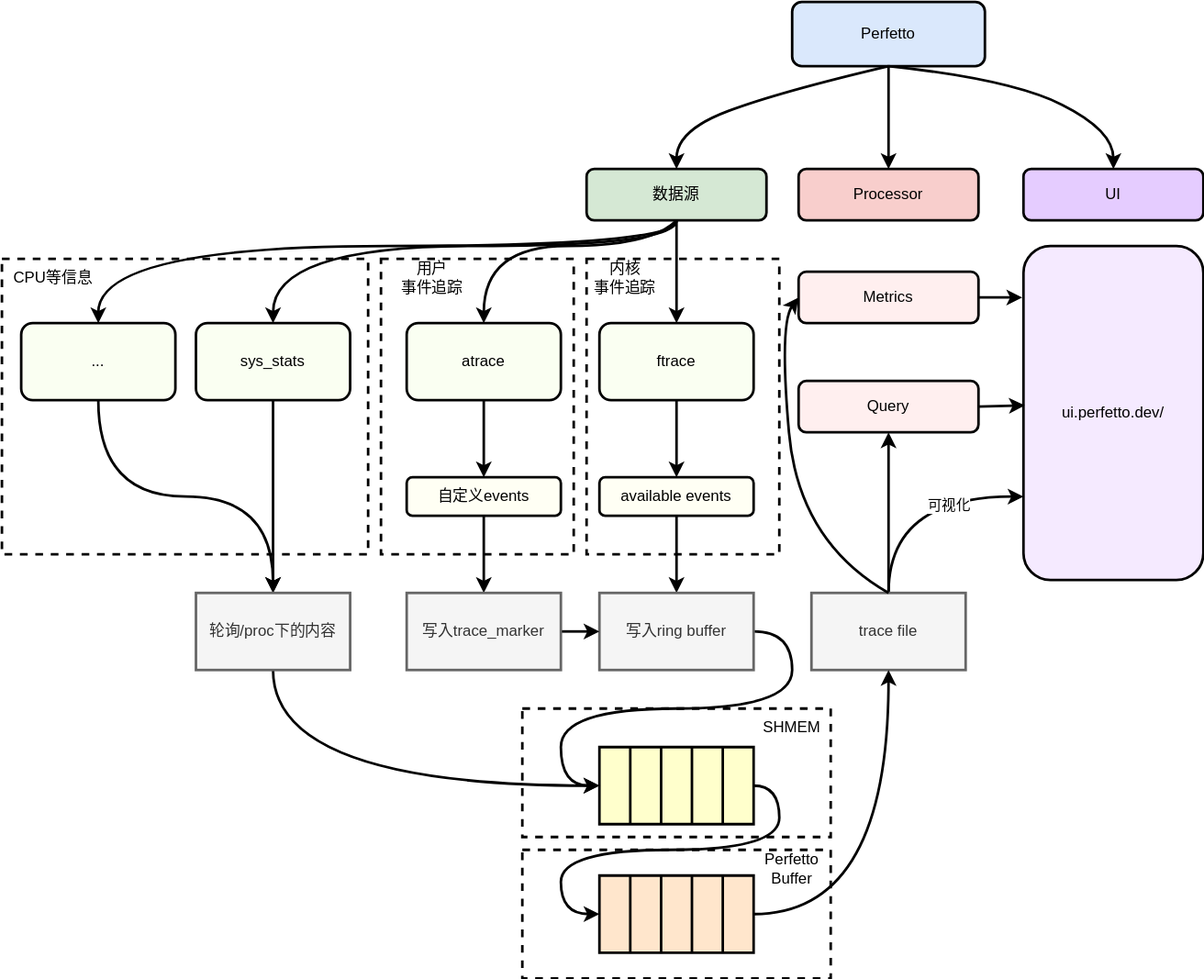
This is images/2025-7-30-tracing/Perfetto.svg from braisedp/braisedp.github.io, a draw.io export, as it was before one commit. Source tidied: cells renumbered, new cells last; positions are measured from the earlier drawing's top-left corner, leaving out a move shared by most shapes.
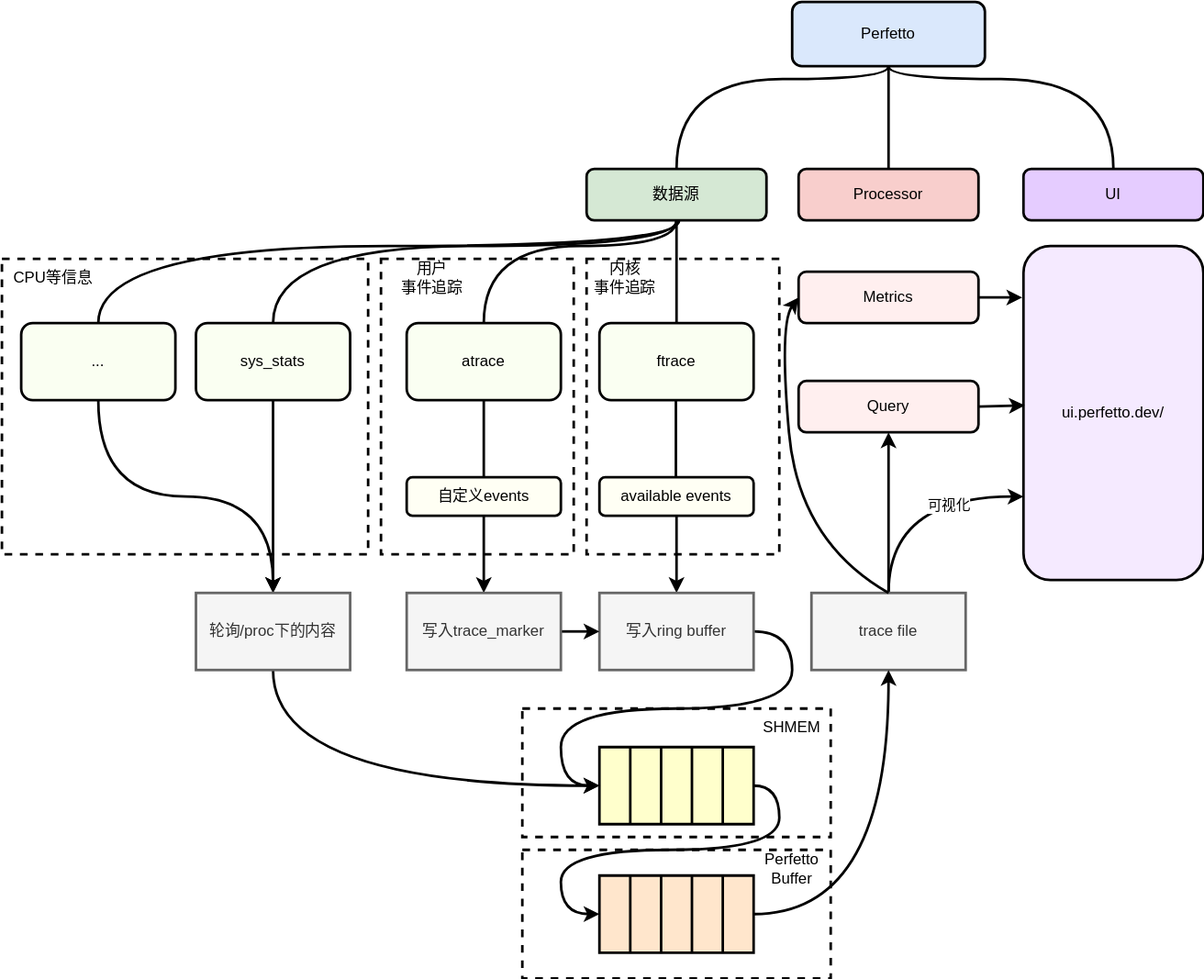
After the change.

What changed in the source:
```diff
@@ -17,62 +17,18 @@
     <mxCell id="6" style="rounded=0;whiteSpace=wrap;html=1;strokeWidth=2;dashed=1;" parent="1" vertex="1">
       <mxGeometry x="295" y="200" width="150" height="230" as="geometry" />
     </mxCell>
-    <mxCell id="7" style="edgeStyle=orthogonalEdgeStyle;html=1;exitX=0.5;exitY=1;exitDx=0;exitDy=0;entryX=0.5;entryY=0;entryDx=0;entryDy=0;curved=1;strokeWidth=2;" parent="1" edge="1" source="10" target="14">
-      <mxGeometry relative="1" as="geometry" />
-    </mxCell>
-    <mxCell id="8" style="edgeStyle=orthogonalEdgeStyle;html=1;exitX=0.5;exitY=1;exitDx=0;exitDy=0;entryX=0.5;entryY=0;entryDx=0;entryDy=0;curved=1;strokeWidth=2;" parent="1" edge="1" source="10" target="32">
-      <mxGeometry relative="1" as="geometry">
-        <Array as="points">
-          <mxPoint x="525" y="190" />
-          <mxPoint x="211" y="190" />
-        </Array>
-      </mxGeometry>
-    </mxCell>
-    <mxCell id="9" style="edgeStyle=orthogonalEdgeStyle;html=1;exitX=0.5;exitY=1;exitDx=0;exitDy=0;entryX=0.5;entryY=0;entryDx=0;entryDy=0;curved=1;strokeWidth=2;" parent="1" edge="1" source="10" target="30">
-      <mxGeometry relative="1" as="geometry">
-        <Array as="points">
-          <mxPoint x="525" y="190" />
-          <mxPoint x="75" y="190" />
-        </Array>
-      </mxGeometry>
-    </mxCell>
     <mxCell id="10" value="数据源" style="rounded=1;whiteSpace=wrap;html=1;strokeWidth=2;fillColor=#d5e8d4;strokeColor=light-dark(#000000, #446e2c);" parent="1" vertex="1">
       <mxGeometry x="455" y="130" width="140" height="40" as="geometry" />
     </mxCell>
-    <mxCell id="11" style="edgeStyle=none;html=1;exitX=0.5;exitY=1;exitDx=0;exitDy=0;entryX=0.5;entryY=0;entryDx=0;entryDy=0;strokeWidth=2;" parent="1" edge="1" source="12" target="22">
-      <mxGeometry relative="1" as="geometry" />
-    </mxCell>
     <mxCell id="12" value="atrace" style="rounded=1;whiteSpace=wrap;html=1;strokeWidth=2;fillColor=#FAFFF2;" parent="1" vertex="1">
       <mxGeometry x="315" y="250" width="120" height="60" as="geometry" />
     </mxCell>
-    <mxCell id="13" style="edgeStyle=none;html=1;exitX=0.5;exitY=1;exitDx=0;exitDy=0;entryX=0.5;entryY=0;entryDx=0;entryDy=0;strokeWidth=2;" parent="1" edge="1" source="14" target="20">
-      <mxGeometry relative="1" as="geometry" />
-    </mxCell>
     <mxCell id="14" value="ftrace" style="rounded=1;whiteSpace=wrap;html=1;strokeWidth=2;fillColor=#FAFFF2;" parent="1" vertex="1">
       <mxGeometry x="465" y="250" width="120" height="60" as="geometry" />
     </mxCell>
-    <mxCell id="15" style="curved=1;endArrow=classic;html=1;exitX=0.5;exitY=1;exitDx=0;exitDy=0;entryX=0.5;entryY=0;entryDx=0;entryDy=0;strokeWidth=2;" parent="1" edge="1" source="10" target="12">
-      <mxGeometry relative="1" as="geometry">
-        <Array as="points">
-          <mxPoint x="505" y="190" />
-          <mxPoint x="375" y="190" />
-        </Array>
-      </mxGeometry>
-    </mxCell>
-    <mxCell id="16" style="edgeStyle=none;html=1;exitX=0.5;exitY=1;exitDx=0;exitDy=0;entryX=0.5;entryY=0;entryDx=0;entryDy=0;strokeWidth=2;" parent="1" edge="1" source="17" target="36">
-      <mxGeometry relative="1" as="geometry" />
-    </mxCell>
     <mxCell id="17" value="Perfetto" style="rounded=1;whiteSpace=wrap;html=1;fillColor=#dae8fc;strokeColor=light-dark(#000000, #5c79a3);strokeWidth=2;" parent="1" vertex="1">
       <mxGeometry x="615" width="150" height="50" as="geometry" />
     </mxCell>
-    <mxCell id="18" style="curved=1;endArrow=classic;html=1;exitX=0.5;exitY=1;exitDx=0;exitDy=0;entryX=0.5;entryY=0;entryDx=0;entryDy=0;strokeWidth=2;" parent="1" edge="1" source="17" target="10">
-      <mxGeometry relative="1" as="geometry">
-        <Array as="points">
-          <mxPoint x="605" y="70" />
-          <mxPoint x="525" y="100" />
-        </Array>
-      </mxGeometry>
-    </mxCell>
     <mxCell id="19" style="edgeStyle=none;html=1;exitX=0.5;exitY=1;exitDx=0;exitDy=0;entryX=0.5;entryY=0;entryDx=0;entryDy=0;strokeWidth=2;" parent="1" edge="1" source="20" target="24">
       <mxGeometry relative="1" as="geometry" />
     </mxCell>
@@ -137,15 +93,6 @@
     <mxCell id="37" value="UI" style="rounded=1;whiteSpace=wrap;html=1;strokeWidth=2;fillColor=#E5CCFF;strokeColor=light-dark(#000000, #446e2c);" parent="1" vertex="1">
       <mxGeometry x="795" y="130" width="140" height="40" as="geometry" />
     </mxCell>
-    <mxCell id="38" style="curved=1;endArrow=classic;html=1;entryX=0.5;entryY=0;entryDx=0;entryDy=0;strokeWidth=2;" parent="1" edge="1" target="37">
-      <mxGeometry relative="1" as="geometry">
-        <mxPoint x="690" y="50" as="sourcePoint" />
-        <Array as="points">
-          <mxPoint x="785" y="60" />
-          <mxPoint x="865" y="100" />
-        </Array>
-      </mxGeometry>
-    </mxCell>
     <mxCell id="39" style="shape=table;startSize=0;fontSize=16;rowLines=0;columnLines=1;strokeWidth=2;fillColor=#FFFFCC;" parent="1" vertex="1">
       <mxGeometry x="465" y="580" width="120" height="60" as="geometry" />
     </mxCell>
@@ -242,5 +189,61 @@
     <mxCell id="66" style="edgeStyle=none;html=1;exitX=1;exitY=0.5;exitDx=0;exitDy=0;entryX=-0.007;entryY=0.154;entryDx=0;entryDy=0;entryPerimeter=0;strokeWidth=2;" parent="1" edge="1" source="62" target="61">
       <mxGeometry relative="1" as="geometry" />
     </mxCell>
+    <mxCell id="67" style="endArrow=none;html=1;entryX=0.5;entryY=1;entryDx=0;entryDy=0;exitX=0.5;exitY=0;exitDx=0;exitDy=0;strokeWidth=2;edgeStyle=orthogonalEdgeStyle;curved=1;" parent="1" edge="1" source="37" target="17">
+      <mxGeometry relative="1" as="geometry">
+        <Array as="points">
+          <mxPoint x="865" y="60" />
+          <mxPoint x="690" y="60" />
+        </Array>
+      </mxGeometry>
+    </mxCell>
+    <mxCell id="68" style="endArrow=none;html=1;entryX=0.5;entryY=1;entryDx=0;entryDy=0;exitX=0.5;exitY=0;exitDx=0;exitDy=0;strokeWidth=2;edgeStyle=orthogonalEdgeStyle;curved=1;" parent="1" edge="1" source="10" target="17">
+      <mxGeometry relative="1" as="geometry">
+        <Array as="points">
+          <mxPoint x="525" y="60" />
+          <mxPoint x="690" y="60" />
+        </Array>
+      </mxGeometry>
+    </mxCell>
+    <mxCell id="69" style="endArrow=none;html=1;exitX=0.5;exitY=0;exitDx=0;exitDy=0;entryX=0.5;entryY=1;entryDx=0;entryDy=0;strokeWidth=2;" parent="1" edge="1" source="36" target="17">
+      <mxGeometry relative="1" as="geometry" />
+    </mxCell>
+    <mxCell id="70" style="endArrow=none;html=1;entryX=0.5;entryY=1;entryDx=0;entryDy=0;exitX=0.5;exitY=0;exitDx=0;exitDy=0;edgeStyle=orthogonalEdgeStyle;curved=1;strokeWidth=2;" parent="1" edge="1" source="32" target="10">
+      <mxGeometry relative="1" as="geometry">
+        <Array as="points">
+          <mxPoint x="211" y="190" />
+          <mxPoint x="525" y="190" />
+        </Array>
+      </mxGeometry>
+    </mxCell>
+    <mxCell id="71" style="endArrow=none;html=1;entryX=0.5;entryY=1;entryDx=0;entryDy=0;exitX=0.5;exitY=0;exitDx=0;exitDy=0;edgeStyle=orthogonalEdgeStyle;curved=1;strokeWidth=2;" parent="1" edge="1" source="30">
+      <mxGeometry relative="1" as="geometry">
+        <mxPoint x="527" y="170" as="targetPoint" />
+        <Array as="points">
+          <mxPoint x="75" y="190" />
+          <mxPoint x="527" y="190" />
+        </Array>
+      </mxGeometry>
+    </mxCell>
+    <mxCell id="72" style="endArrow=none;html=1;entryX=0.5;entryY=1;entryDx=0;entryDy=0;exitX=0.5;exitY=0;exitDx=0;exitDy=0;edgeStyle=orthogonalEdgeStyle;curved=1;strokeWidth=2;" parent="1" edge="1" source="12" target="10">
+      <mxGeometry relative="1" as="geometry">
+        <Array as="points">
+          <mxPoint x="375" y="190" />
+          <mxPoint x="525" y="190" />
+        </Array>
+      </mxGeometry>
+    </mxCell>
+    <mxCell id="73" style="endArrow=none;html=1;entryX=0.5;entryY=1;entryDx=0;entryDy=0;exitX=0.5;exitY=0;exitDx=0;exitDy=0;strokeWidth=2;" parent="1" edge="1" source="14" target="10">
+      <mxGeometry relative="1" as="geometry" />
+    </mxCell>
+    <mxCell id="74" style="endArrow=none;html=1;entryX=0.5;entryY=1;entryDx=0;entryDy=0;exitX=0.5;exitY=0;exitDx=0;exitDy=0;strokeWidth=2;" parent="1" edge="1" source="22" target="12">
+      <mxGeometry relative="1" as="geometry" />
+    </mxCell>
+    <mxCell id="75" style="endArrow=none;html=1;entryX=0.5;entryY=1;entryDx=0;entryDy=0;exitX=0.5;exitY=0;exitDx=0;exitDy=0;strokeWidth=2;" parent="1" edge="1">
+      <mxGeometry relative="1" as="geometry">
+        <mxPoint x="524.5" y="370" as="sourcePoint" />
+        <mxPoint x="524.5" y="310" as="targetPoint" />
+      </mxGeometry>
+    </mxCell>
   </root>
 </mxGraphModel>
```
